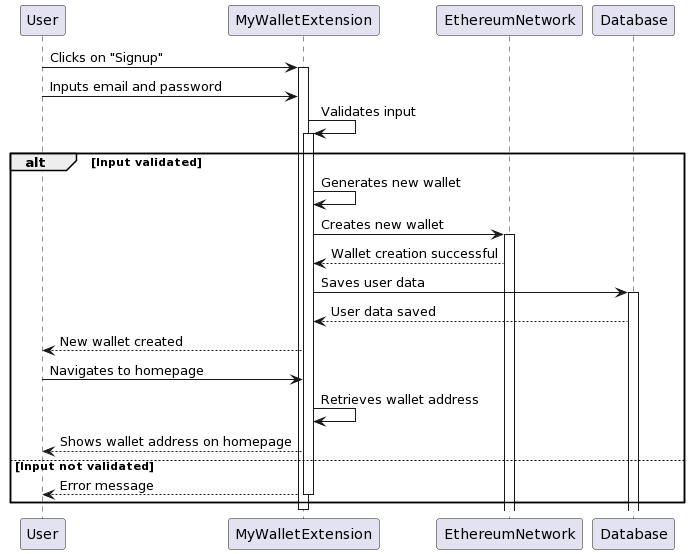
This is Lab1.2/Sequence/Signup.png from LeNgocMinh2704/SE357-Pratice-class, a PlantUML export, as it was before one commit.
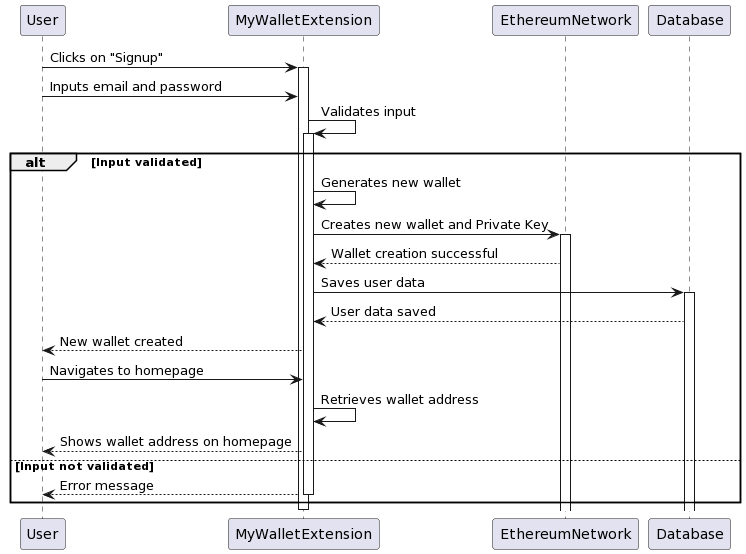
After the change.

Change to the diagram source:
```diff
@@ -12,7 +12,7 @@
 activate MyWalletExtension
 alt Input validated
     MyWalletExtension -> MyWalletExtension: Generates new wallet
-    MyWalletExtension -> EthereumNetwork: Creates new wallet
+    MyWalletExtension -> EthereumNetwork: Creates new wallet and Private Key
     activate EthereumNetwork
     EthereumNetwork --> MyWalletExtension: Wallet creation successful
     MyWalletExtension -> Database: Saves user data
```
